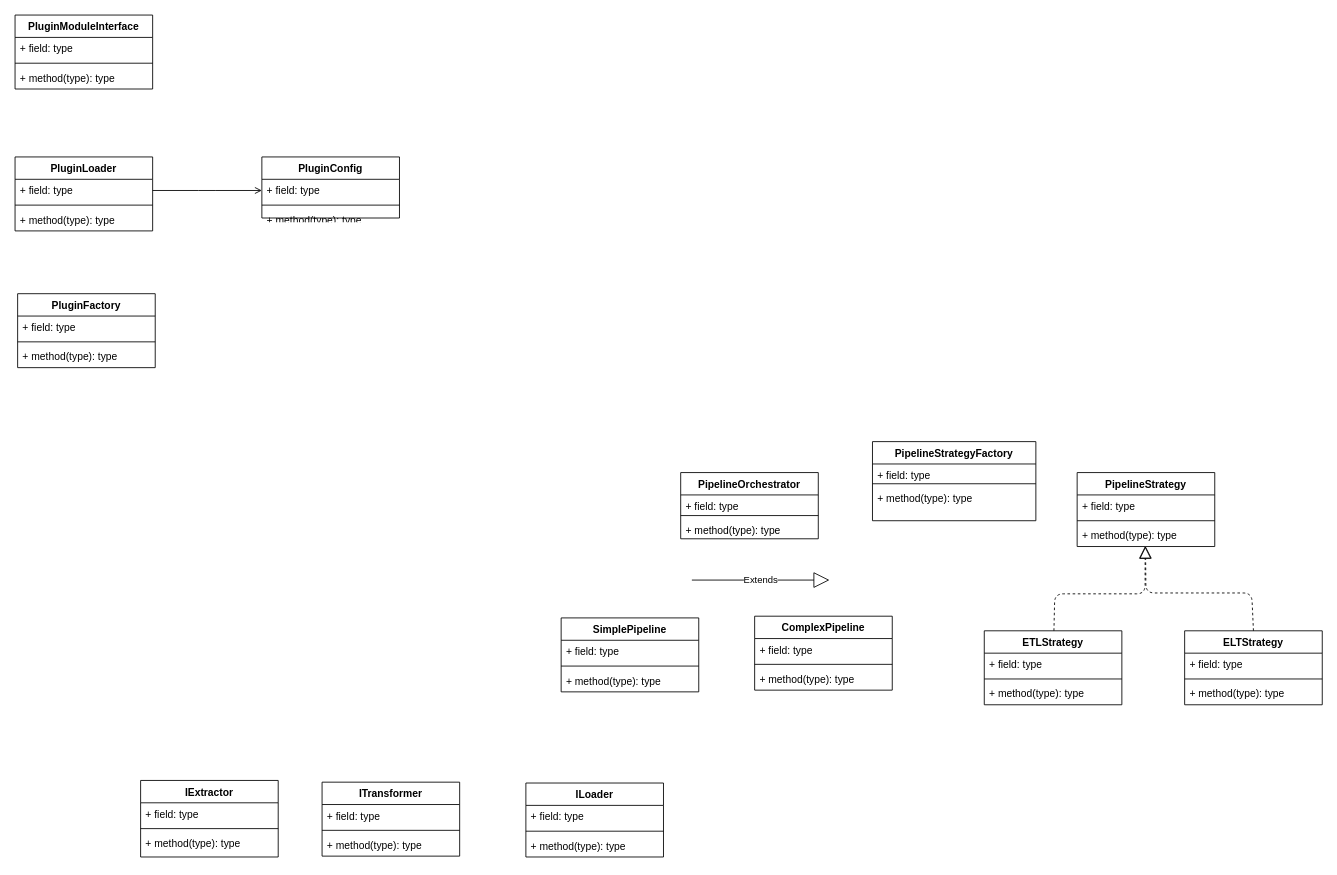
Before: docs/class_diagram.drawio in jakubpulaczewski/pipeline-flow, a draw.io diagram. Source tidied: cells renumbered, new cells numbered last; positions are measured from the earlier drawing's top-left corner, leaving out a move shared by most shapes. Both pictures are drawn from the tidied source at 86%, with x=0, y=0 at pixel (15, 15).
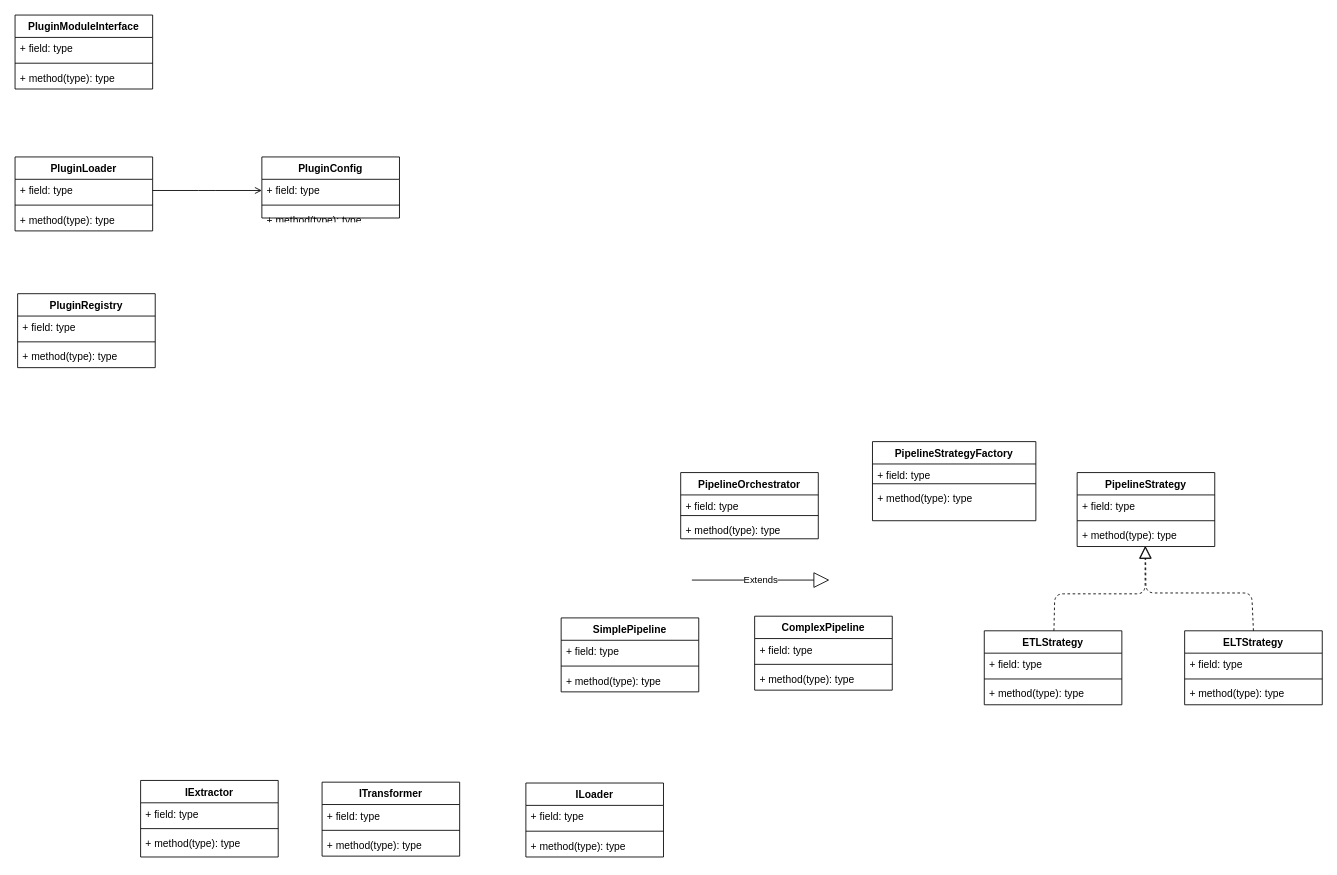
The same page after the edit.

Commit message (it also covers changes not shown here):
Updated class diagrams. They still need to be updated

Change to the diagram source:
```diff
@@
-    <mxCell id="14" value="PluginFactory&#10;" style="swimlane;fontStyle=1;align=center;verticalAlign=top;horizontal=1;startSize=26;" parent="1" vertex="1">
+    <mxCell id="14" value="PluginRegistry&#10;" style="swimlane;fontStyle=1;align=center;verticalAlign=top;horizontal=1;startSize=26;" parent="1" vertex="1">
       <mxGeometry x="3" y="324" width="160" height="86" as="geometry" />
     </mxCell>
```
